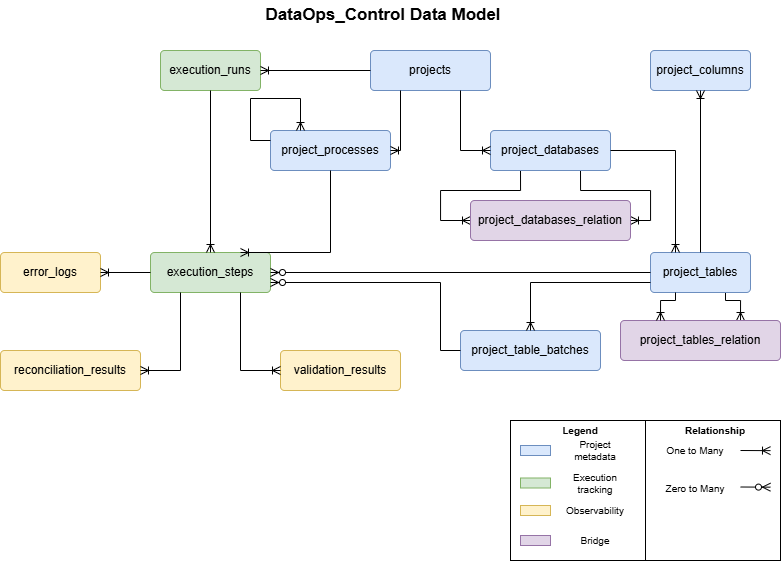
This is on_premise/DataOps_Control/docs/img/data_model_DataOps_Control.png from WilderJoseth/data-engineering-projects, a draw.io export, as it was before one commit. Source tidied: cells renumbered, new cells last; positions are measured from the earlier drawing's top-left corner, leaving out a move shared by most shapes.
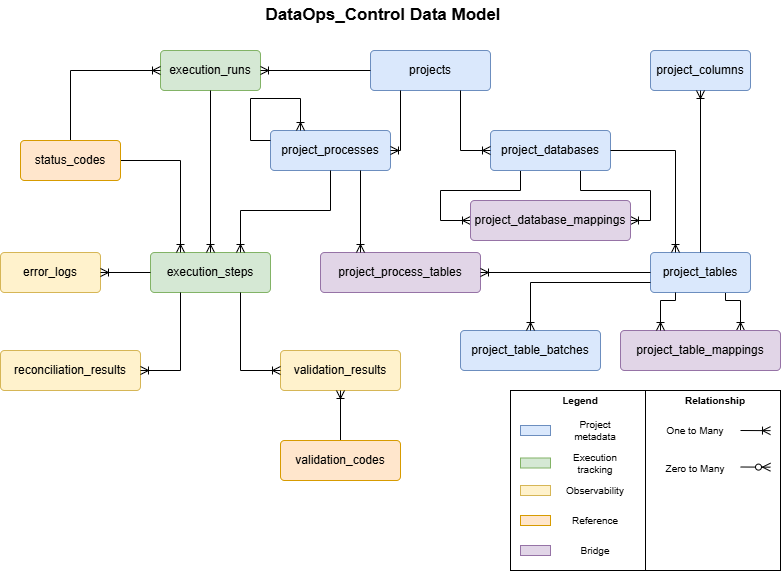
After the change.

The edit, as a diff of the source:
```diff
@@ -3,7 +3,7 @@
     <mxCell id="0" />
     <mxCell id="1" parent="0" />
     <mxCell id="2" style="rounded=0;whiteSpace=wrap;html=1;gradientColor=none;fillColor=none;labelPosition=center;verticalLabelPosition=top;align=center;verticalAlign=bottom;fontStyle=1;" parent="1" vertex="1">
-      <mxGeometry x="510" y="420" width="270" height="140" as="geometry" />
+      <mxGeometry x="510" y="390" width="270" height="180" as="geometry" />
     </mxCell>
     <mxCell id="3" value="projects" style="rounded=1;arcSize=10;whiteSpace=wrap;html=1;align=center;fillColor=#dae8fc;strokeColor=#6c8ebf;" parent="1" vertex="1">
       <mxGeometry x="370" y="50" width="120" height="40" as="geometry" />
@@ -50,34 +50,34 @@
       <mxGeometry x="236" width="294" height="30" as="geometry" />
     </mxCell>
     <mxCell id="12" style="rounded=0;whiteSpace=wrap;html=1;fillColor=#dae8fc;strokeColor=#6c8ebf;" parent="1" vertex="1">
-      <mxGeometry x="520" y="445" width="30" height="10" as="geometry" />
+      <mxGeometry x="520" y="425" width="30" height="10" as="geometry" />
     </mxCell>
     <mxCell id="13" style="rounded=0;whiteSpace=wrap;html=1;fillColor=#d5e8d4;strokeColor=#82b366;" parent="1" vertex="1">
-      <mxGeometry x="520" y="477.5" width="30" height="10" as="geometry" />
+      <mxGeometry x="520" y="457.5" width="30" height="10" as="geometry" />
     </mxCell>
     <mxCell id="14" value="Project metadata" style="text;html=1;whiteSpace=wrap;strokeColor=none;fillColor=none;align=center;verticalAlign=middle;rounded=0;fontSize=10;" parent="1" vertex="1">
-      <mxGeometry x="560" y="440" width="70" height="20" as="geometry" />
+      <mxGeometry x="560" y="420" width="70" height="20" as="geometry" />
     </mxCell>
     <mxCell id="15" value="Execution tracking" style="text;html=1;whiteSpace=wrap;strokeColor=none;fillColor=none;align=center;verticalAlign=middle;rounded=0;fontSize=10;" parent="1" vertex="1">
-      <mxGeometry x="560" y="472.5" width="70" height="20" as="geometry" />
+      <mxGeometry x="560" y="452.5" width="70" height="20" as="geometry" />
     </mxCell>
     <mxCell id="16" style="fontSize=12;html=1;endArrow=ERoneToMany;rounded=0;exitX=0;exitY=0.5;exitDx=0;exitDy=0;" parent="1" edge="1">
       <mxGeometry relative="1" as="geometry">
-        <mxPoint x="740" y="450" as="sourcePoint" />
-        <mxPoint x="770" y="450.1" as="targetPoint" />
+        <mxPoint x="740" y="430" as="sourcePoint" />
+        <mxPoint x="770" y="430.1" as="targetPoint" />
       </mxGeometry>
     </mxCell>
     <mxCell id="17" value="One to Many" style="text;html=1;whiteSpace=wrap;strokeColor=none;fillColor=none;align=center;verticalAlign=middle;rounded=0;fontSize=10;" parent="1" vertex="1">
-      <mxGeometry x="660" y="440" width="70" height="20" as="geometry" />
+      <mxGeometry x="660" y="420" width="70" height="20" as="geometry" />
     </mxCell>
     <mxCell id="18" style="endArrow=none;html=1;rounded=0;entryX=0.5;entryY=0;entryDx=0;entryDy=0;exitX=0.5;exitY=1;exitDx=0;exitDy=0;" parent="1" edge="1" source="2" target="2">
       <mxGeometry relative="1" as="geometry" />
     </mxCell>
     <mxCell id="19" value="Legend" style="text;html=1;whiteSpace=wrap;strokeColor=none;fillColor=none;align=center;verticalAlign=middle;rounded=0;fontSize=10;fontStyle=1;" parent="1" vertex="1">
-      <mxGeometry x="545" y="420" width="70" height="20" as="geometry" />
+      <mxGeometry x="545" y="390" width="70" height="20" as="geometry" />
     </mxCell>
     <mxCell id="20" value="Relationship" style="text;html=1;whiteSpace=wrap;strokeColor=none;fillColor=none;align=center;verticalAlign=middle;rounded=0;fontSize=10;fontStyle=1;" parent="1" vertex="1">
-      <mxGeometry x="680" y="420" width="70" height="20" as="geometry" />
+      <mxGeometry x="680" y="390" width="70" height="20" as="geometry" />
     </mxCell>
     <mxCell id="21" style="fontSize=12;html=1;endArrow=ERoneToMany;rounded=0;exitX=0.75;exitY=1;exitDx=0;exitDy=0;entryX=0;entryY=0.5;entryDx=0;entryDy=0;" parent="1" edge="1" source="3" target="6">
       <mxGeometry relative="1" as="geometry">
@@ -109,10 +109,10 @@
       <mxGeometry y="350" width="140" height="40" as="geometry" />
     </mxCell>
     <mxCell id="28" style="rounded=0;whiteSpace=wrap;html=1;fillColor=#fff2cc;strokeColor=#d6b656;" parent="1" vertex="1">
-      <mxGeometry x="520" y="505" width="30" height="10" as="geometry" />
+      <mxGeometry x="520" y="485" width="30" height="10" as="geometry" />
     </mxCell>
     <mxCell id="29" value="Observability" style="text;html=1;whiteSpace=wrap;strokeColor=none;fillColor=none;align=center;verticalAlign=middle;rounded=0;fontSize=10;" parent="1" vertex="1">
-      <mxGeometry x="560" y="500" width="70" height="20" as="geometry" />
+      <mxGeometry x="560" y="480" width="70" height="20" as="geometry" />
     </mxCell>
     <mxCell id="30" value="project_table_batches" style="rounded=1;arcSize=10;whiteSpace=wrap;html=1;align=center;fillColor=#dae8fc;strokeColor=#6c8ebf;" parent="1" vertex="1">
       <mxGeometry x="460" y="330" width="140" height="40" as="geometry" />
@@ -137,30 +137,20 @@
     <mxCell id="34" style="fontSize=12;html=1;endArrow=ERoneToMany;rounded=0;exitX=0.5;exitY=1;exitDx=0;exitDy=0;entryX=0.75;entryY=0;entryDx=0;entryDy=0;" parent="1" edge="1" source="32" target="10">
       <mxGeometry relative="1" as="geometry">
         <Array as="points">
-          <mxPoint x="330" y="252" />
+          <mxPoint x="330" y="210" />
+          <mxPoint x="240" y="210" />
         </Array>
       </mxGeometry>
     </mxCell>
-    <mxCell id="35" style="fontSize=12;html=1;endArrow=ERzeroToMany;endFill=1;rounded=0;entryX=1;entryY=0.75;entryDx=0;entryDy=0;exitX=0;exitY=0.5;exitDx=0;exitDy=0;" parent="1" edge="1" source="30" target="10">
-      <mxGeometry relative="1" as="geometry">
-        <Array as="points">
-          <mxPoint x="440" y="350" />
-          <mxPoint x="440" y="282" />
-        </Array>
-      </mxGeometry>
-    </mxCell>
     <mxCell id="36" value="Zero to Many" style="text;html=1;whiteSpace=wrap;strokeColor=none;fillColor=none;align=center;verticalAlign=middle;rounded=0;fontSize=10;" parent="1" vertex="1">
-      <mxGeometry x="660" y="477.5" width="70" height="20" as="geometry" />
+      <mxGeometry x="660" y="457.5" width="70" height="20" as="geometry" />
     </mxCell>
     <mxCell id="37" style="fontSize=12;html=1;endArrow=ERzeroToMany;endFill=1;rounded=0;entryX=0.5;entryY=0;entryDx=0;entryDy=0;" parent="1" edge="1">
       <mxGeometry relative="1" as="geometry">
-        <mxPoint x="740" y="486.5" as="sourcePoint" />
-        <mxPoint x="770" y="486.7" as="targetPoint" />
+        <mxPoint x="740" y="466.5" as="sourcePoint" />
+        <mxPoint x="770" y="466.7" as="targetPoint" />
       </mxGeometry>
     </mxCell>
-    <mxCell id="38" style="fontSize=12;html=1;endArrow=ERzeroToMany;endFill=1;rounded=0;entryX=1;entryY=0.5;entryDx=0;entryDy=0;exitX=0;exitY=0.5;exitDx=0;exitDy=0;" parent="1" edge="1" source="8" target="10">
-      <mxGeometry relative="1" as="geometry" />
-    </mxCell>
     <mxCell id="39" style="fontSize=12;html=1;endArrow=ERoneToMany;rounded=0;exitX=0;exitY=0.5;exitDx=0;exitDy=0;entryX=1;entryY=0.5;entryDx=0;entryDy=0;" parent="1" edge="1" source="10" target="26">
       <mxGeometry relative="1" as="geometry" />
     </mxCell>
@@ -195,17 +185,17 @@
         </Array>
       </mxGeometry>
     </mxCell>
-    <mxCell id="45" value="project_databases_relation" style="rounded=1;arcSize=10;whiteSpace=wrap;html=1;align=center;fillColor=#e1d5e7;strokeColor=#9673a6;" parent="1" vertex="1">
+    <mxCell id="45" value="project_database_mappings" style="rounded=1;arcSize=10;whiteSpace=wrap;html=1;align=center;fillColor=#e1d5e7;strokeColor=#9673a6;" parent="1" vertex="1">
       <mxGeometry x="470" y="200" width="160" height="40" as="geometry" />
     </mxCell>
-    <mxCell id="46" style="rounded=0;whiteSpace=wrap;html=1;fillColor=#e1d5e7;strokeColor=#9673a6;" parent="1" vertex="1">
-      <mxGeometry x="520" y="535" width="30" height="10" as="geometry" />
+    <mxCell id="46" style="rounded=0;whiteSpace=wrap;html=1;fillColor=#ffe6cc;strokeColor=#d79b00;" parent="1" vertex="1">
+      <mxGeometry x="520" y="515" width="30" height="10" as="geometry" />
     </mxCell>
-    <mxCell id="47" value="Bridge" style="text;html=1;whiteSpace=wrap;strokeColor=none;fillColor=none;align=center;verticalAlign=middle;rounded=0;fontSize=10;" parent="1" vertex="1">
-      <mxGeometry x="560" y="530" width="70" height="20" as="geometry" />
+    <mxCell id="47" value="Reference" style="text;html=1;whiteSpace=wrap;strokeColor=none;fillColor=none;align=center;verticalAlign=middle;rounded=0;fontSize=10;" parent="1" vertex="1">
+      <mxGeometry x="560" y="510" width="70" height="20" as="geometry" />
     </mxCell>
-    <mxCell id="48" value="project_tables_relation" style="rounded=1;arcSize=10;whiteSpace=wrap;html=1;align=center;fillColor=#e1d5e7;strokeColor=#9673a6;" parent="1" vertex="1">
-      <mxGeometry x="620" y="320" width="160" height="40" as="geometry" />
+    <mxCell id="48" value="project_table_mappings" style="rounded=1;arcSize=10;whiteSpace=wrap;html=1;align=center;fillColor=#e1d5e7;strokeColor=#9673a6;" parent="1" vertex="1">
+      <mxGeometry x="620" y="330" width="160" height="40" as="geometry" />
     </mxCell>
     <mxCell id="49" style="edgeStyle=orthogonalEdgeStyle;rounded=0;jettySize=auto;html=1;entryX=0.25;entryY=0;entryDx=0;entryDy=0;endArrow=ERoneToMany;endFill=0;exitX=0.25;exitY=1;exitDx=0;exitDy=0;" parent="1" edge="1" source="8" target="48">
       <mxGeometry relative="1" as="geometry">
@@ -215,5 +205,35 @@
         </Array>
       </mxGeometry>
     </mxCell>
+    <mxCell id="50" value="project_process_tables" style="rounded=1;arcSize=10;whiteSpace=wrap;html=1;align=center;fillColor=#e1d5e7;strokeColor=#9673a6;" parent="1" vertex="1">
+      <mxGeometry x="320" y="252" width="160" height="40" as="geometry" />
+    </mxCell>
+    <mxCell id="51" style="fontSize=12;html=1;endArrow=ERoneToMany;rounded=0;exitX=0;exitY=0.5;exitDx=0;exitDy=0;entryX=1;entryY=0.5;entryDx=0;entryDy=0;" parent="1" edge="1" source="8" target="50">
+      <mxGeometry relative="1" as="geometry" />
+    </mxCell>
+    <mxCell id="52" style="fontSize=12;html=1;endArrow=ERoneToMany;rounded=0;exitX=0.75;exitY=1;exitDx=0;exitDy=0;entryX=0.25;entryY=0;entryDx=0;entryDy=0;" parent="1" edge="1" source="32" target="50">
+      <mxGeometry relative="1" as="geometry" />
+    </mxCell>
+    <mxCell id="53" style="edgeStyle=orthogonalEdgeStyle;rounded=0;jettySize=auto;html=1;endArrow=ERoneToMany;endFill=0;" parent="1" edge="1" source="54" target="25">
+      <mxGeometry relative="1" as="geometry" />
+    </mxCell>
+    <mxCell id="54" value="validation_codes" style="rounded=1;arcSize=10;whiteSpace=wrap;html=1;align=center;fillColor=#ffe6cc;strokeColor=#d79b00;" parent="1" vertex="1">
+      <mxGeometry x="280" y="440" width="120" height="40" as="geometry" />
+    </mxCell>
+    <mxCell id="55" style="edgeStyle=orthogonalEdgeStyle;rounded=0;jettySize=auto;html=1;entryX=0;entryY=0.5;entryDx=0;entryDy=0;exitX=0.5;exitY=0;exitDx=0;exitDy=0;endArrow=ERoneToMany;endFill=0;" parent="1" edge="1" source="57" target="9">
+      <mxGeometry relative="1" as="geometry" />
+    </mxCell>
+    <mxCell id="56" style="edgeStyle=orthogonalEdgeStyle;rounded=0;jettySize=auto;html=1;entryX=0.25;entryY=0;entryDx=0;entryDy=0;endArrow=ERoneToMany;endFill=0;" parent="1" edge="1" source="57" target="10">
+      <mxGeometry relative="1" as="geometry" />
+    </mxCell>
+    <mxCell id="57" value="status_codes" style="rounded=1;arcSize=10;whiteSpace=wrap;html=1;align=center;fillColor=#ffe6cc;strokeColor=#d79b00;" parent="1" vertex="1">
+      <mxGeometry x="20" y="140" width="100" height="40" as="geometry" />
+    </mxCell>
+    <mxCell id="58" style="rounded=0;whiteSpace=wrap;html=1;fillColor=#e1d5e7;strokeColor=#9673a6;" parent="1" vertex="1">
+      <mxGeometry x="520" y="545" width="30" height="10" as="geometry" />
+    </mxCell>
+    <mxCell id="59" value="Bridge" style="text;html=1;whiteSpace=wrap;strokeColor=none;fillColor=none;align=center;verticalAlign=middle;rounded=0;fontSize=10;" parent="1" vertex="1">
+      <mxGeometry x="560" y="540" width="70" height="20" as="geometry" />
+    </mxCell>
   </root>
 </mxGraphModel>
```
